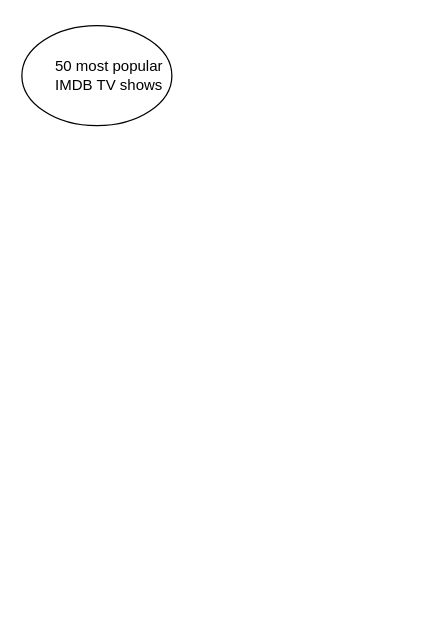
Above: Untitled Diagram.drawio in TingyiZhang/BingeFinder (draw.io), before the change. Source tidied: cells renumbered, new cells numbered last; positions are measured from the earlier drawing's top-left corner, leaving out a move shared by most shapes. Both pictures are drawn from the tidied source at 125%, with x=0, y=0 at pixel (21, 25).
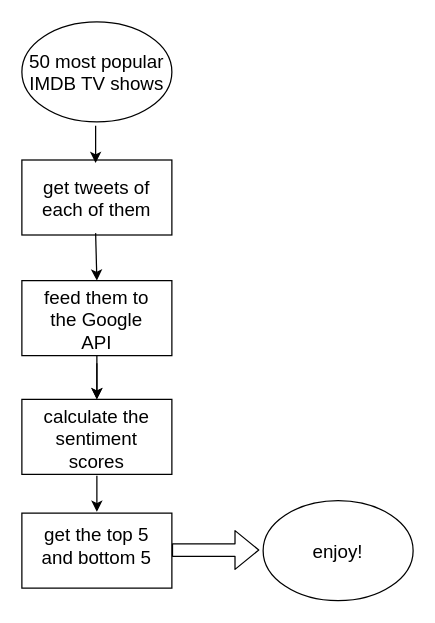
Above is the later version.

Commit message:
Update Binge Finder Architecture

What changed in the source:
```diff
@@
     <mxCell id="2" style="ellipse;whiteSpace=wrap;html=1;" parent="1" vertex="1">
-      <mxGeometry width="120" height="80" as="geometry" />
+      <mxGeometry y="-3" width="120" height="80" as="geometry" />
     </mxCell>
-    <mxCell id="3" value="50 most popular IMDB TV shows" style="text;html=1;strokeColor=none;fillColor=none;align=center;verticalAlign=middle;whiteSpace=wrap;rounded=0;" parent="1" vertex="1">
-      <mxGeometry x="10" y="5" width="120" height="70" as="geometry" />
+    <mxCell id="3" value="&lt;font style=&quot;font-size: 15px&quot;&gt;50 most popular IMDB TV shows&lt;/font&gt;" style="text;html=1;strokeColor=none;fillColor=none;align=center;verticalAlign=middle;whiteSpace=wrap;rounded=0;" parent="1" vertex="1">
+      <mxGeometry y="2" width="120" height="70" as="geometry" />
     </mxCell>
+    <mxCell id="4" style="rounded=0;whiteSpace=wrap;html=1;" parent="1" vertex="1">
+      <mxGeometry y="107.5" width="120" height="60" as="geometry" />
+    </mxCell>
+    <mxCell id="5" value="&lt;font style=&quot;font-size: 15px&quot;&gt;get tweets of each of them&lt;/font&gt;" style="text;html=1;strokeColor=none;fillColor=none;align=center;verticalAlign=middle;whiteSpace=wrap;rounded=0;" parent="1" vertex="1">
+      <mxGeometry x="5" y="127.5" width="110" height="20" as="geometry" />
+    </mxCell>
+    <mxCell id="6" style="edgeStyle=orthogonalEdgeStyle;rounded=0;jettySize=auto;html=1;" parent="1" edge="1" source="7" target="12">
+      <mxGeometry relative="1" as="geometry" />
+    </mxCell>
+    <mxCell id="7" style="rounded=0;whiteSpace=wrap;html=1;" parent="1" vertex="1">
+      <mxGeometry y="204" width="120" height="60" as="geometry" />
+    </mxCell>
+    <mxCell id="8" value="&lt;font style=&quot;font-size: 15px&quot;&gt;feed them to the Google API&lt;/font&gt;" style="text;html=1;strokeColor=none;fillColor=none;align=center;verticalAlign=middle;whiteSpace=wrap;rounded=0;" parent="1" vertex="1">
+      <mxGeometry x="10" y="225" width="100" height="20" as="geometry" />
+    </mxCell>
+    <mxCell id="9" style="endArrow=classic;html=1;" parent="1" edge="1">
+      <mxGeometry relative="1" as="geometry">
+        <mxPoint x="59" y="80" as="sourcePoint" />
+        <mxPoint x="59" y="110" as="targetPoint" />
+      </mxGeometry>
+    </mxCell>
+    <mxCell id="10" style="endArrow=classic;html=1;entryX=0.5;entryY=0;entryDx=0;entryDy=0;" parent="1" edge="1" target="7">
+      <mxGeometry relative="1" as="geometry">
+        <mxPoint x="59" y="166" as="sourcePoint" />
+      </mxGeometry>
+    </mxCell>
+    <mxCell id="11" style="endArrow=classic;html=1;" parent="1" edge="1" target="12">
+      <mxGeometry relative="1" as="geometry">
+        <mxPoint x="60" y="270" as="sourcePoint" />
+      </mxGeometry>
+    </mxCell>
+    <mxCell id="12" style="rounded=0;whiteSpace=wrap;html=1;" parent="1" vertex="1">
+      <mxGeometry y="299" width="120" height="60" as="geometry" />
+    </mxCell>
+    <mxCell id="13" value="&lt;font style=&quot;font-size: 15px&quot;&gt;calculate the sentiment scores&lt;/font&gt;" style="text;html=1;strokeColor=none;fillColor=none;align=center;verticalAlign=middle;whiteSpace=wrap;rounded=0;" parent="1" vertex="1">
+      <mxGeometry x="10" y="320" width="100" height="20" as="geometry" />
+    </mxCell>
+    <mxCell id="14" style="rounded=0;whiteSpace=wrap;html=1;" parent="1" vertex="1">
+      <mxGeometry y="390" width="120" height="60" as="geometry" />
+    </mxCell>
+    <mxCell id="15" value="&lt;font style=&quot;font-size: 15px&quot;&gt;get the top 5 and bottom 5&lt;/font&gt;" style="text;html=1;strokeColor=none;fillColor=none;align=center;verticalAlign=middle;whiteSpace=wrap;rounded=0;" parent="1" vertex="1">
+      <mxGeometry x="10" y="406" width="100" height="20" as="geometry" />
+    </mxCell>
+    <mxCell id="16" value="&lt;font style=&quot;font-size: 15px&quot;&gt;enjoy!&lt;/font&gt;" style="ellipse;whiteSpace=wrap;html=1;" parent="1" vertex="1">
+      <mxGeometry x="193" y="380" width="120" height="80" as="geometry" />
+    </mxCell>
+    <mxCell id="17" style="endArrow=classic;html=1;" parent="1" edge="1">
+      <mxGeometry relative="1" as="geometry">
+        <mxPoint x="60" y="360" as="sourcePoint" />
+        <mxPoint x="60" y="389" as="targetPoint" />
+      </mxGeometry>
+    </mxCell>
+    <mxCell id="18" style="shape=flexArrow;endArrow=classic;html=1;" parent="1" edge="1">
+      <mxGeometry relative="1" as="geometry">
+        <mxPoint x="120" y="419.5" as="sourcePoint" />
+        <mxPoint x="190" y="419.5" as="targetPoint" />
+      </mxGeometry>
+    </mxCell>
```
